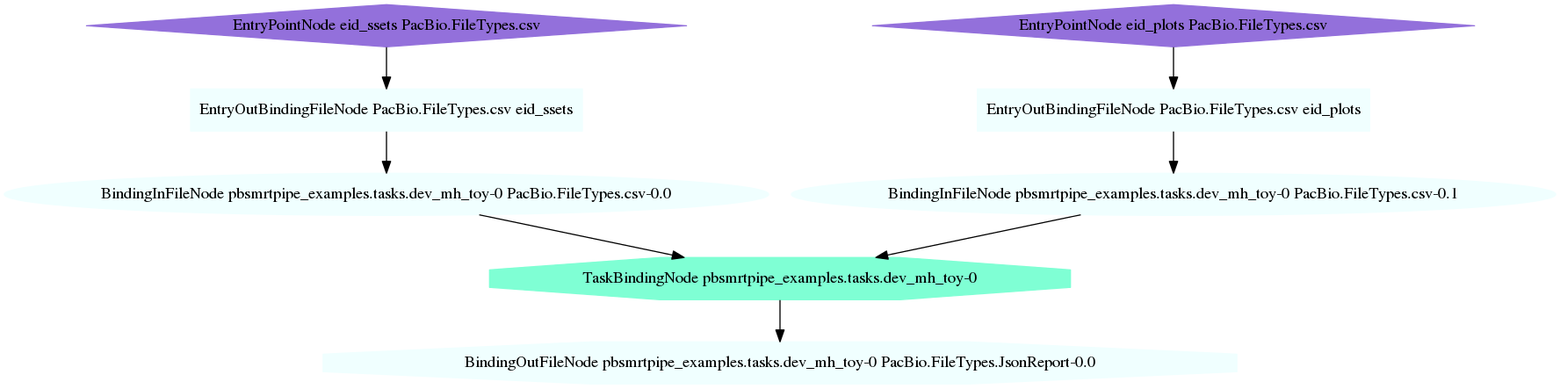
This is py-examples/05-mh_toy/job_output/workflow/workflow.png from knyquist/pbsmrtpipe-examples, a Graphviz export, as it was before one commit. Its source is kept beside it as py-examples/05-mh_toy/job_output/workflow/workflow.dot.
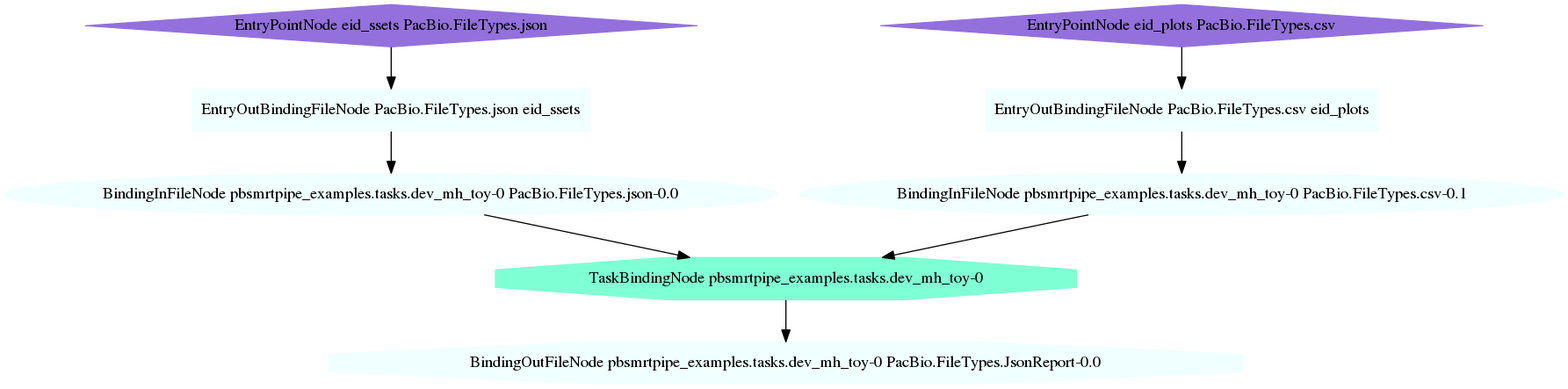
After the change.

The edit, as a diff of the source:
```diff
@@ -1,17 +1,17 @@
 strict digraph G {
 "TaskBindingNode pbsmrtpipe_examples.tasks.dev_mh_toy-0" [ color=aquamarine style=filled fillcolor=aquamarine shape=octagon ] ;
-"EntryOutBindingFileNode PacBio.FileTypes.csv eid_ssets" [ color=azure style=filled fillcolor=azure shape=rectangle ] ;
-"EntryPointNode eid_ssets PacBio.FileTypes.csv" [ color=mediumpurple style=filled fillcolor=mediumpurple shape=diamond ] ;
+"EntryPointNode eid_plots PacBio.FileTypes.csv" [ color=mediumpurple style=filled fillcolor=mediumpurple shape=diamond ] ;
+"EntryOutBindingFileNode PacBio.FileTypes.json eid_ssets" [ color=azure style=filled fillcolor=azure shape=rectangle ] ;
+"EntryPointNode eid_ssets PacBio.FileTypes.json" [ color=mediumpurple style=filled fillcolor=mediumpurple shape=diamond ] ;
+"BindingInFileNode pbsmrtpipe_examples.tasks.dev_mh_toy-0 PacBio.FileTypes.json-0.0" [ color=azure style=filled fillcolor=azure shape=ellipse ] ;
+"BindingInFileNode pbsmrtpipe_examples.tasks.dev_mh_toy-0 PacBio.FileTypes.csv-0.1" [ color=azure style=filled fillcolor=azure shape=ellipse ] ;
+"EntryOutBindingFileNode PacBio.FileTypes.csv eid_plots" [ color=azure style=filled fillcolor=azure shape=rectangle ] ;
 "BindingOutFileNode pbsmrtpipe_examples.tasks.dev_mh_toy-0 PacBio.FileTypes.JsonReport-0.0" [ color=azure style=filled fillcolor=azure shape=octagon ] ;
-"EntryOutBindingFileNode PacBio.FileTypes.csv eid_plots" [ color=azure style=filled fillcolor=azure shape=rectangle ] ;
-"EntryPointNode eid_plots PacBio.FileTypes.csv" [ color=mediumpurple style=filled fillcolor=mediumpurple shape=diamond ] ;
-"BindingInFileNode pbsmrtpipe_examples.tasks.dev_mh_toy-0 PacBio.FileTypes.csv-0.0" [ color=azure style=filled fillcolor=azure shape=ellipse ] ;
-"BindingInFileNode pbsmrtpipe_examples.tasks.dev_mh_toy-0 PacBio.FileTypes.csv-0.1" [ color=azure style=filled fillcolor=azure shape=ellipse ] ;
 "TaskBindingNode pbsmrtpipe_examples.tasks.dev_mh_toy-0" -> "BindingOutFileNode pbsmrtpipe_examples.tasks.dev_mh_toy-0 PacBio.FileTypes.JsonReport-0.0" ;
-"EntryOutBindingFileNode PacBio.FileTypes.csv eid_ssets" -> "BindingInFileNode pbsmrtpipe_examples.tasks.dev_mh_toy-0 PacBio.FileTypes.csv-0.0" ;
-"EntryPointNode eid_ssets PacBio.FileTypes.csv" -> "EntryOutBindingFileNode PacBio.FileTypes.csv eid_ssets" ;
+"EntryPointNode eid_plots PacBio.FileTypes.csv" -> "EntryOutBindingFileNode PacBio.FileTypes.csv eid_plots" ;
+"EntryOutBindingFileNode PacBio.FileTypes.json eid_ssets" -> "BindingInFileNode pbsmrtpipe_examples.tasks.dev_mh_toy-0 PacBio.FileTypes.json-0.0" ;
+"EntryPointNode eid_ssets PacBio.FileTypes.json" -> "EntryOutBindingFileNode PacBio.FileTypes.json eid_ssets" ;
+"BindingInFileNode pbsmrtpipe_examples.tasks.dev_mh_toy-0 PacBio.FileTypes.json-0.0" -> "TaskBindingNode pbsmrtpipe_examples.tasks.dev_mh_toy-0" ;
+"BindingInFileNode pbsmrtpipe_examples.tasks.dev_mh_toy-0 PacBio.FileTypes.csv-0.1" -> "TaskBindingNode pbsmrtpipe_examples.tasks.dev_mh_toy-0" ;
 "EntryOutBindingFileNode PacBio.FileTypes.csv eid_plots" -> "BindingInFileNode pbsmrtpipe_examples.tasks.dev_mh_toy-0 PacBio.FileTypes.csv-0.1" ;
-"EntryPointNode eid_plots PacBio.FileTypes.csv" -> "EntryOutBindingFileNode PacBio.FileTypes.csv eid_plots" ;
-"BindingInFileNode pbsmrtpipe_examples.tasks.dev_mh_toy-0 PacBio.FileTypes.csv-0.0" -> "TaskBindingNode pbsmrtpipe_examples.tasks.dev_mh_toy-0" ;
-"BindingInFileNode pbsmrtpipe_examples.tasks.dev_mh_toy-0 PacBio.FileTypes.csv-0.1" -> "TaskBindingNode pbsmrtpipe_examples.tasks.dev_mh_toy-0" ;
 }
```
